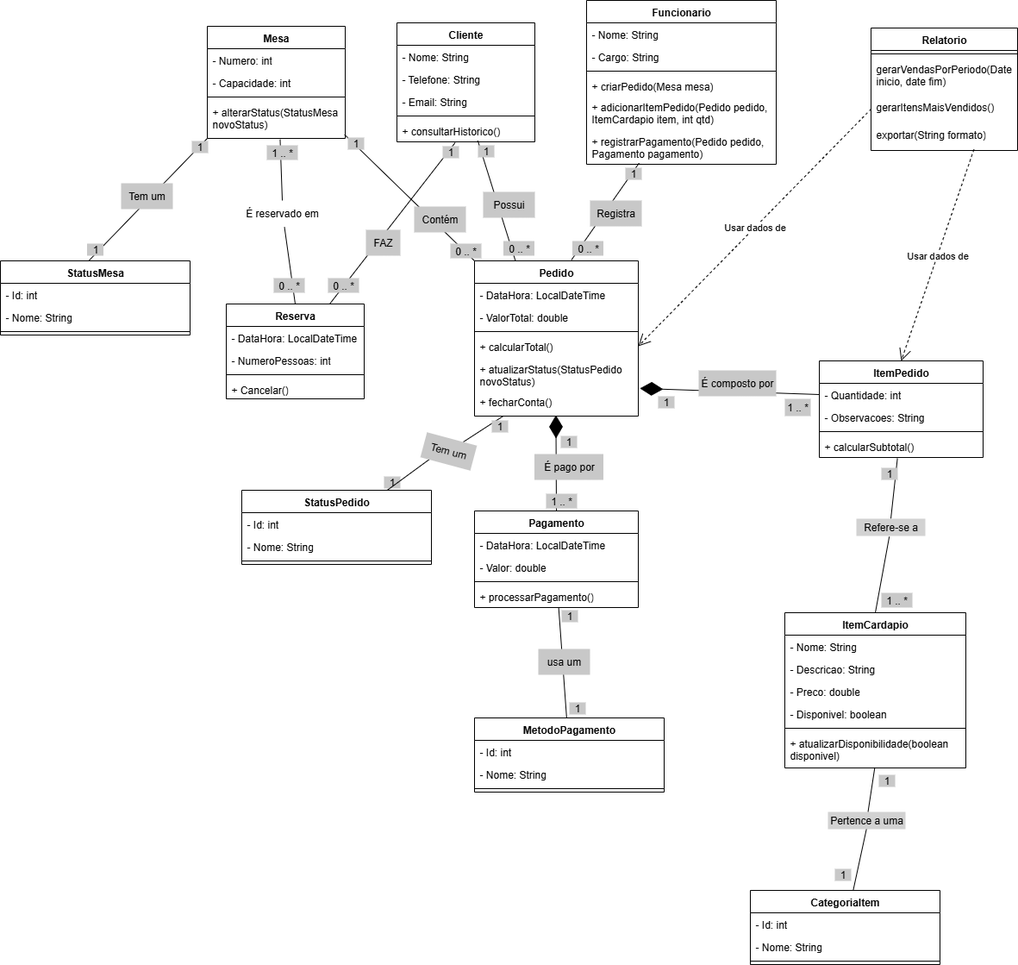
Earlier version of the draw.io export Diagrama_ip2.drawio.png (Guilher-Melo/projeto-ip2). Source tidied: cells renumbered, new cells last; positions are measured from the earlier drawing's top-left corner, leaving out a move shared by most shapes.
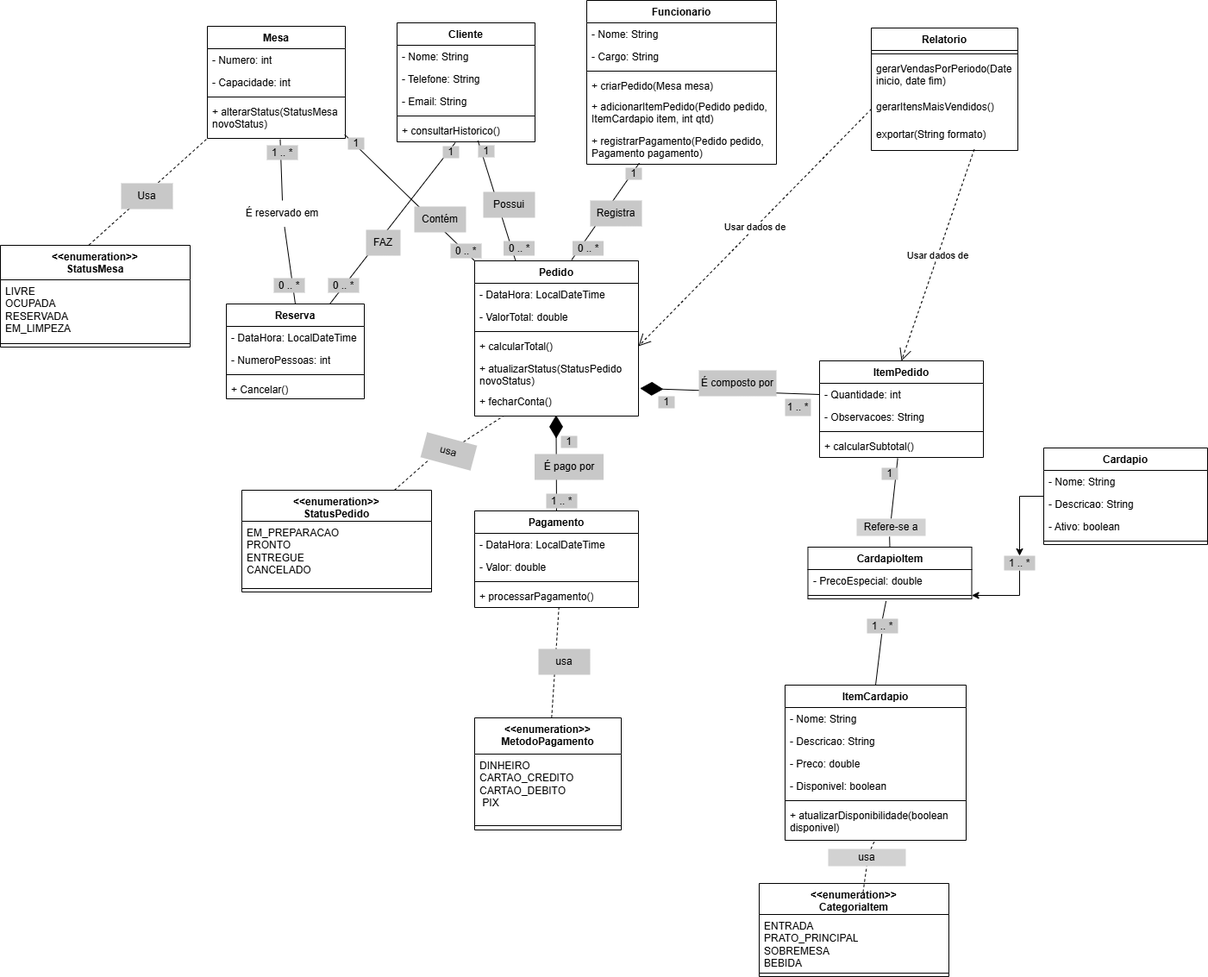
After the commit.

Commit message:
Adicionando diagrama atualizado

What changed in the source:
```diff
@@ -58,4 +58,22 @@
     </mxCell>
+    <mxCell id="124" style="edgeStyle=orthogonalEdgeStyle;rounded=0;jettySize=auto;html=1;" parent="1" edge="1" source="125" target="136">
+      <mxGeometry relative="1" as="geometry" />
+    </mxCell>
+    <mxCell id="125" value="Cardapio" style="swimlane;fontStyle=1;align=center;verticalAlign=top;horizontal=1;startSize=26;whiteSpace=wrap;html=1;" parent="1" vertex="1">
+      <mxGeometry x="1210" y="519" width="190" height="112" as="geometry" />
+    </mxCell>
+    <mxCell id="126" value="- Nome: String" style="text;strokeColor=none;fillColor=none;align=left;verticalAlign=top;spacingLeft=4;spacingRight=4;overflow=hidden;whiteSpace=wrap;html=1;" parent="125" vertex="1">
+      <mxGeometry y="26" width="190" height="26" as="geometry" />
+    </mxCell>
+    <mxCell id="127" value="- Descricao: String" style="text;strokeColor=none;fillColor=none;align=left;verticalAlign=top;spacingLeft=4;spacingRight=4;overflow=hidden;whiteSpace=wrap;html=1;" parent="125" vertex="1">
+      <mxGeometry y="52" width="190" height="26" as="geometry" />
+    </mxCell>
+    <mxCell id="128" value="- Ativo: boolean" style="text;strokeColor=none;fillColor=none;align=left;verticalAlign=top;spacingLeft=4;spacingRight=4;overflow=hidden;whiteSpace=wrap;html=1;" parent="125" vertex="1">
+      <mxGeometry y="78" width="190" height="26" as="geometry" />
+    </mxCell>
+    <mxCell id="129" style="line;strokeWidth=1;fillColor=none;align=left;verticalAlign=middle;spacingTop=-1;spacingLeft=3;spacingRight=3;labelPosition=right;strokeColor=inherit;" parent="125" vertex="1">
+      <mxGeometry y="104" width="190" height="8" as="geometry" />
+    </mxCell>
     <mxCell id="20" value="ItemCardapio" style="swimlane;fontStyle=1;align=center;verticalAlign=top;horizontal=1;startSize=26;whiteSpace=wrap;html=1;" parent="1" vertex="1">
-      <mxGeometry x="910" y="710" width="210" height="180" as="geometry" />
+      <mxGeometry x="910" y="794" width="210" height="180" as="geometry" />
     </mxCell>
@@ -160,49 +178,37 @@
     </mxCell>
-    <mxCell id="54" value="StatusMesa" style="swimlane;fontStyle=1;align=center;verticalAlign=top;horizontal=1;startSize=26;whiteSpace=wrap;html=1;" parent="1" vertex="1">
-      <mxGeometry y="302" width="220" height="86" as="geometry" />
+    <mxCell id="54" value="&amp;lt;&amp;lt;enumeration&amp;gt;&amp;gt;&lt;br&gt;StatusMesa" style="swimlane;fontStyle=1;align=center;verticalAlign=top;horizontal=1;startSize=40;whiteSpace=wrap;html=1;strokeWidth=1;" parent="1" vertex="1">
+      <mxGeometry y="284" width="220" height="118" as="geometry" />
     </mxCell>
-    <mxCell id="55" value="- Id: int" style="text;strokeColor=none;fillColor=none;align=left;verticalAlign=top;spacingLeft=4;spacingRight=4;overflow=hidden;whiteSpace=wrap;html=1;" parent="54" vertex="1">
-      <mxGeometry y="26" width="220" height="26" as="geometry" />
+    <mxCell id="55" value="LIVRE&lt;br&gt;OCUPADA&lt;br&gt;RESERVADA&amp;nbsp;&lt;div&gt;EM_LIMPEZA&lt;/div&gt;" style="text;strokeColor=none;fillColor=none;align=left;verticalAlign=top;spacingLeft=4;spacingRight=4;overflow=hidden;whiteSpace=wrap;html=1;" parent="54" vertex="1">
+      <mxGeometry y="40" width="220" height="70" as="geometry" />
     </mxCell>
-    <mxCell id="56" value="- Nome: String" style="text;strokeColor=none;fillColor=none;align=left;verticalAlign=top;spacingLeft=4;spacingRight=4;overflow=hidden;whiteSpace=wrap;html=1;" parent="54" vertex="1">
-      <mxGeometry y="52" width="220" height="26" as="geometry" />
-    </mxCell>
     <mxCell id="57" style="line;strokeWidth=1;fillColor=none;align=left;verticalAlign=middle;spacingTop=-1;spacingLeft=3;spacingRight=3;labelPosition=right;strokeColor=inherit;" parent="54" vertex="1">
-      <mxGeometry y="78" width="220" height="8" as="geometry" />
+      <mxGeometry y="110" width="220" height="8" as="geometry" />
     </mxCell>
-    <mxCell id="58" value="StatusPedido" style="swimlane;fontStyle=1;align=center;verticalAlign=top;horizontal=1;startSize=26;whiteSpace=wrap;html=1;" parent="1" vertex="1">
-      <mxGeometry x="280" y="568" width="220" height="86" as="geometry" />
+    <mxCell id="58" value="&amp;lt;&amp;lt;enumeration&amp;gt;&amp;gt;&lt;br&gt;StatusPedido" style="swimlane;fontStyle=1;align=center;verticalAlign=top;horizontal=1;startSize=36;whiteSpace=wrap;html=1;" parent="1" vertex="1">
+      <mxGeometry x="280" y="568" width="220" height="118" as="geometry" />
     </mxCell>
-    <mxCell id="59" value="- Id: int" style="text;strokeColor=none;fillColor=none;align=left;verticalAlign=top;spacingLeft=4;spacingRight=4;overflow=hidden;whiteSpace=wrap;html=1;" parent="58" vertex="1">
-      <mxGeometry y="26" width="220" height="26" as="geometry" />
+    <mxCell id="59" value="EM_PREPARACAO&lt;br&gt;PRONTO&lt;br&gt;ENTREGUE&lt;br&gt;CANCELADO" style="text;strokeColor=none;fillColor=none;align=left;verticalAlign=top;spacingLeft=4;spacingRight=4;overflow=hidden;whiteSpace=wrap;html=1;" parent="58" vertex="1">
+      <mxGeometry y="36" width="220" height="74" as="geometry" />
     </mxCell>
-    <mxCell id="60" value="- Nome: String" style="text;strokeColor=none;fillColor=none;align=left;verticalAlign=top;spacingLeft=4;spacingRight=4;overflow=hidden;whiteSpace=wrap;html=1;" parent="58" vertex="1">
-      <mxGeometry y="52" width="220" height="26" as="geometry" />
-    </mxCell>
     <mxCell id="61" style="line;strokeWidth=1;fillColor=none;align=left;verticalAlign=middle;spacingTop=-1;spacingLeft=3;spacingRight=3;labelPosition=right;strokeColor=inherit;" parent="58" vertex="1">
-      <mxGeometry y="78" width="220" height="8" as="geometry" />
+      <mxGeometry y="110" width="220" height="8" as="geometry" />
     </mxCell>
-    <mxCell id="62" value="CategoriaItem" style="swimlane;fontStyle=1;align=center;verticalAlign=top;horizontal=1;startSize=26;whiteSpace=wrap;html=1;" parent="1" vertex="1">
-      <mxGeometry x="870" y="1032" width="220" height="86" as="geometry" />
+    <mxCell id="62" value="&amp;lt;&amp;lt;enumeration&amp;gt;&amp;gt;&lt;br&gt;CategoriaItem" style="swimlane;fontStyle=1;align=center;verticalAlign=top;horizontal=1;startSize=36;whiteSpace=wrap;html=1;" parent="1" vertex="1">
+      <mxGeometry x="880" y="1024" width="220" height="108" as="geometry" />
     </mxCell>
-    <mxCell id="63" value="- Id: int" style="text;strokeColor=none;fillColor=none;align=left;verticalAlign=top;spacingLeft=4;spacingRight=4;overflow=hidden;whiteSpace=wrap;html=1;" parent="62" vertex="1">
-      <mxGeometry y="26" width="220" height="26" as="geometry" />
+    <mxCell id="63" value="ENTRADA&lt;br&gt;PRATO_PRINCIPAL&lt;br&gt;SOBREMESA&lt;br&gt;BEBIDA" style="text;strokeColor=none;fillColor=none;align=left;verticalAlign=top;spacingLeft=4;spacingRight=4;overflow=hidden;whiteSpace=wrap;html=1;" parent="62" vertex="1">
+      <mxGeometry y="36" width="220" height="64" as="geometry" />
     </mxCell>
-    <mxCell id="64" value="- Nome: String" style="text;strokeColor=none;fillColor=none;align=left;verticalAlign=top;spacingLeft=4;spacingRight=4;overflow=hidden;whiteSpace=wrap;html=1;" parent="62" vertex="1">
-      <mxGeometry y="52" width="220" height="26" as="geometry" />
-    </mxCell>
     <mxCell id="65" style="line;strokeWidth=1;fillColor=none;align=left;verticalAlign=middle;spacingTop=-1;spacingLeft=3;spacingRight=3;labelPosition=right;strokeColor=inherit;" parent="62" vertex="1">
-      <mxGeometry y="78" width="220" height="8" as="geometry" />
+      <mxGeometry y="100" width="220" height="8" as="geometry" />
     </mxCell>
-    <mxCell id="66" value="MetodoPagamento" style="swimlane;fontStyle=1;align=center;verticalAlign=top;horizontal=1;startSize=26;whiteSpace=wrap;html=1;" parent="1" vertex="1">
-      <mxGeometry x="550" y="832" width="220" height="86" as="geometry" />
+    <mxCell id="66" value="&amp;lt;&amp;lt;enumeration&amp;gt;&amp;gt;&lt;br&gt;MetodoPagamento" style="swimlane;fontStyle=1;align=center;verticalAlign=top;horizontal=1;startSize=42;whiteSpace=wrap;html=1;" parent="1" vertex="1">
+      <mxGeometry x="550" y="832" width="170" height="130" as="geometry" />
     </mxCell>
-    <mxCell id="67" value="- Id: int" style="text;strokeColor=none;fillColor=none;align=left;verticalAlign=top;spacingLeft=4;spacingRight=4;overflow=hidden;whiteSpace=wrap;html=1;" parent="66" vertex="1">
-      <mxGeometry y="26" width="220" height="26" as="geometry" />
+    <mxCell id="67" value="DINHEIRO&lt;br&gt;CARTAO_CREDITO CARTAO_DEBITO&lt;br&gt;&amp;nbsp;PIX" style="text;strokeColor=none;fillColor=none;align=left;verticalAlign=top;spacingLeft=4;spacingRight=4;overflow=hidden;whiteSpace=wrap;html=1;" parent="66" vertex="1">
+      <mxGeometry y="42" width="170" height="78" as="geometry" />
     </mxCell>
-    <mxCell id="68" value="- Nome: String" style="text;strokeColor=none;fillColor=none;align=left;verticalAlign=top;spacingLeft=4;spacingRight=4;overflow=hidden;whiteSpace=wrap;html=1;" parent="66" vertex="1">
-      <mxGeometry y="52" width="220" height="26" as="geometry" />
-    </mxCell>
     <mxCell id="69" style="line;strokeWidth=1;fillColor=none;align=left;verticalAlign=middle;spacingTop=-1;spacingLeft=3;spacingRight=3;labelPosition=right;strokeColor=inherit;" parent="66" vertex="1">
-      <mxGeometry y="78" width="220" height="8" as="geometry" />
+      <mxGeometry y="120" width="170" height="10" as="geometry" />
     </mxCell>
@@ -229,6 +235,6 @@
     </mxCell>
-    <mxCell id="77" style="endArrow=none;html=1;rounded=0;entryX=0.176;entryY=0.997;entryDx=0;entryDy=0;entryPerimeter=0;" parent="1" edge="1" source="111" target="14">
+    <mxCell id="77" style="endArrow=none;html=1;rounded=0;entryX=0.176;entryY=0.997;entryDx=0;entryDy=0;entryPerimeter=0;dashed=1;" parent="1" edge="1" source="111" target="14">
       <mxGeometry relative="1" as="geometry" />
     </mxCell>
-    <mxCell id="78" style="endArrow=none;html=1;rounded=0;entryX=0.514;entryY=1.022;entryDx=0;entryDy=0;entryPerimeter=0;" parent="1" edge="1" source="66" target="19">
+    <mxCell id="78" style="endArrow=none;html=1;rounded=0;entryX=0.514;entryY=1.022;entryDx=0;entryDy=0;entryPerimeter=0;dashed=1;" parent="1" edge="1" source="66" target="19">
       <mxGeometry relative="1" as="geometry" />
@@ -238,3 +244,3 @@
     </mxCell>
-    <mxCell id="80" style="endArrow=none;html=1;rounded=0;entryX=0.497;entryY=0.987;entryDx=0;entryDy=0;entryPerimeter=0;" parent="1" edge="1" source="107" target="26">
+    <mxCell id="80" style="endArrow=none;html=1;rounded=0;entryX=0.497;entryY=0.987;entryDx=0;entryDy=0;entryPerimeter=0;dashed=1;" parent="1" edge="1" source="107" target="26">
       <mxGeometry relative="1" as="geometry" />
@@ -247,6 +253,6 @@
     </mxCell>
-    <mxCell id="83" style="endArrow=none;html=1;rounded=0;entryX=0;entryY=1;entryDx=0;entryDy=0;exitX=0.467;exitY=-0.004;exitDx=0;exitDy=0;exitPerimeter=0;" parent="1" edge="1" source="54" target="32">
+    <mxCell id="83" style="endArrow=none;html=1;rounded=0;entryX=0;entryY=1;entryDx=0;entryDy=0;exitX=0.467;exitY=-0.004;exitDx=0;exitDy=0;exitPerimeter=0;jumpStyle=none;dashed=1;" parent="1" edge="1" source="54" target="32">
       <mxGeometry relative="1" as="geometry" />
     </mxCell>
-    <mxCell id="84" value="usa um" style="text;strokeColor=none;align=center;fillColor=#C8C8C8;html=1;verticalAlign=middle;whiteSpace=wrap;rounded=0;" parent="1" vertex="1">
+    <mxCell id="84" value="usa" style="text;strokeColor=none;align=center;fillColor=#C8C8C8;html=1;verticalAlign=middle;whiteSpace=wrap;rounded=0;" parent="1" vertex="1">
       <mxGeometry x="624" y="752" width="60" height="30" as="geometry" />
@@ -274,5 +280,2 @@
     </mxCell>
-    <mxCell id="92" value="1" style="text;strokeColor=none;align=center;fillColor=#C8C8C8;html=1;verticalAlign=middle;whiteSpace=wrap;rounded=0;" parent="1" vertex="1">
-      <mxGeometry x="222" y="163" width="19" height="14" as="geometry" />
-    </mxCell>
     <mxCell id="93" value="1" style="text;strokeColor=none;align=center;fillColor=#C8C8C8;html=1;verticalAlign=middle;whiteSpace=wrap;rounded=0;" parent="1" vertex="1">
@@ -283,8 +286,2 @@
     </mxCell>
-    <mxCell id="95" value="1" style="text;strokeColor=none;align=center;fillColor=#C8C8C8;html=1;verticalAlign=middle;whiteSpace=wrap;rounded=0;" parent="1" vertex="1">
-      <mxGeometry x="570" y="487" width="19" height="14" as="geometry" />
-    </mxCell>
-    <mxCell id="96" value="1" style="text;strokeColor=none;align=center;fillColor=#C8C8C8;html=1;verticalAlign=middle;whiteSpace=wrap;rounded=0;" parent="1" vertex="1">
-      <mxGeometry x="445" y="552" width="19" height="14" as="geometry" />
-    </mxCell>
     <mxCell id="97" value="1" style="text;strokeColor=none;align=center;fillColor=#C8C8C8;html=1;verticalAlign=middle;whiteSpace=wrap;rounded=0;" parent="1" vertex="1">
@@ -292,14 +289,2 @@
     </mxCell>
-    <mxCell id="98" value="1" style="text;strokeColor=none;align=center;fillColor=#C8C8C8;html=1;verticalAlign=middle;whiteSpace=wrap;rounded=0;" parent="1" vertex="1">
-      <mxGeometry x="651" y="707" width="19" height="14" as="geometry" />
-    </mxCell>
-    <mxCell id="99" value="1" style="text;strokeColor=none;align=center;fillColor=#C8C8C8;html=1;verticalAlign=middle;whiteSpace=wrap;rounded=0;" parent="1" vertex="1">
-      <mxGeometry x="1019" y="898" width="19" height="14" as="geometry" />
-    </mxCell>
-    <mxCell id="100" value="1" style="text;strokeColor=none;align=center;fillColor=#C8C8C8;html=1;verticalAlign=middle;whiteSpace=wrap;rounded=0;" parent="1" vertex="1">
-      <mxGeometry x="660" y="814" width="19" height="14" as="geometry" />
-    </mxCell>
-    <mxCell id="101" value="1" style="text;strokeColor=none;align=center;fillColor=#C8C8C8;html=1;verticalAlign=middle;whiteSpace=wrap;rounded=0;" parent="1" vertex="1">
-      <mxGeometry x="968" y="1007" width="19" height="14" as="geometry" />
-    </mxCell>
     <mxCell id="102" value="1 .. *" style="text;strokeColor=none;align=center;fillColor=#C8C8C8;html=1;verticalAlign=middle;whiteSpace=wrap;rounded=0;" parent="1" vertex="1">
@@ -307,6 +292,3 @@
     </mxCell>
-    <mxCell id="103" value="1 .. *" style="text;strokeColor=none;align=center;fillColor=#C8C8C8;html=1;verticalAlign=middle;whiteSpace=wrap;rounded=0;" parent="1" vertex="1">
-      <mxGeometry x="1022" y="687" width="36" height="17" as="geometry" />
-    </mxCell>
-    <mxCell id="104" style="endArrow=none;html=1;rounded=0;entryX=0.477;entryY=1.043;entryDx=0;entryDy=0;entryPerimeter=0;exitX=0.5;exitY=0;exitDx=0;exitDy=0;" parent="1" edge="1" source="20" target="105">
+    <mxCell id="104" style="endArrow=none;html=1;rounded=0;entryX=0.477;entryY=1.043;entryDx=0;entryDy=0;entryPerimeter=0;exitX=0.5;exitY=0;exitDx=0;exitDy=0;" parent="1" edge="1" source="131" target="105">
       <mxGeometry relative="1" as="geometry" />
@@ -316,7 +298,9 @@
     </mxCell>
-    <mxCell id="106" style="endArrow=none;html=1;rounded=0;entryX=0.497;entryY=0.987;entryDx=0;entryDy=0;entryPerimeter=0;" parent="1" edge="1" source="62" target="107">
-      <mxGeometry relative="1" as="geometry" />
+    <mxCell id="106" style="endArrow=none;html=1;rounded=0;entryX=0.497;entryY=0.987;entryDx=0;entryDy=0;entryPerimeter=0;dashed=1;" parent="1" edge="1" target="107">
+      <mxGeometry relative="1" as="geometry">
+        <mxPoint x="1000.5" y="1034" as="sourcePoint" />
+      </mxGeometry>
     </mxCell>
-    <mxCell id="107" value="Pertence a uma" style="text;strokeColor=none;align=center;fillColor=#D2D2D2;html=1;verticalAlign=middle;whiteSpace=wrap;rounded=0;" parent="1" vertex="1">
-      <mxGeometry x="960" y="941" width="90" height="20" as="geometry" />
+    <mxCell id="107" value="usa" style="text;strokeColor=none;align=center;fillColor=#D2D2D2;html=1;verticalAlign=middle;whiteSpace=wrap;rounded=0;" parent="1" vertex="1">
+      <mxGeometry x="960" y="984" width="90" height="20" as="geometry" />
     </mxCell>
@@ -328,6 +312,6 @@
     </mxCell>
-    <mxCell id="110" style="endArrow=none;html=1;rounded=0;entryX=0.176;entryY=0.997;entryDx=0;entryDy=0;entryPerimeter=0;" parent="1" edge="1" source="58" target="111">
+    <mxCell id="110" style="endArrow=none;html=1;rounded=0;entryX=0.176;entryY=0.997;entryDx=0;entryDy=0;entryPerimeter=0;dashed=1;" parent="1" edge="1" source="58" target="111">
       <mxGeometry relative="1" as="geometry" />
     </mxCell>
-    <mxCell id="111" value="Tem um" style="text;strokeColor=none;align=center;fillColor=#C8C8C8;html=1;verticalAlign=middle;whiteSpace=wrap;rounded=0;rotation=15;" parent="1" vertex="1">
+    <mxCell id="111" value="usa" style="text;strokeColor=none;align=center;fillColor=#C8C8C8;html=1;verticalAlign=middle;whiteSpace=wrap;rounded=0;rotation=15;" parent="1" vertex="1">
       <mxGeometry x="490" y="508" width="60" height="30" as="geometry" />
@@ -337,8 +321,5 @@
     </mxCell>
-    <mxCell id="113" value="Tem um" style="text;strokeColor=none;align=center;fillColor=#C8C8C8;html=1;verticalAlign=middle;whiteSpace=wrap;rounded=0;" parent="1" vertex="1">
+    <mxCell id="113" value="Usa" style="text;strokeColor=none;align=center;fillColor=#C8C8C8;html=1;verticalAlign=middle;whiteSpace=wrap;rounded=0;" parent="1" vertex="1">
       <mxGeometry x="140" y="212" width="60" height="30" as="geometry" />
     </mxCell>
-    <mxCell id="114" value="1" style="text;strokeColor=none;align=center;fillColor=#C8C8C8;html=1;verticalAlign=middle;whiteSpace=wrap;rounded=0;" parent="1" vertex="1">
-      <mxGeometry x="100.5" y="282" width="19" height="14" as="geometry" />
-    </mxCell>
     <mxCell id="115" value="0 .. *" style="text;strokeColor=none;align=center;fillColor=#C8C8C8;html=1;verticalAlign=middle;whiteSpace=wrap;rounded=0;" parent="1" vertex="1">
@@ -370,2 +351,26 @@
     </mxCell>
+    <mxCell id="130" style="endArrow=none;html=1;rounded=0;entryX=0.477;entryY=1.043;entryDx=0;entryDy=0;entryPerimeter=0;exitX=0.5;exitY=0;exitDx=0;exitDy=0;" parent="1" edge="1" source="103" target="131">
+      <mxGeometry relative="1" as="geometry" />
+    </mxCell>
+    <mxCell id="131" value="CardapioItem" style="swimlane;fontStyle=1;align=center;verticalAlign=top;horizontal=1;startSize=26;whiteSpace=wrap;html=1;" parent="1" vertex="1">
+      <mxGeometry x="936.5" y="634" width="190" height="60" as="geometry" />
+    </mxCell>
+    <mxCell id="132" value="- PrecoEspecial: double" style="text;strokeColor=none;fillColor=none;align=left;verticalAlign=top;spacingLeft=4;spacingRight=4;overflow=hidden;whiteSpace=wrap;html=1;" parent="131" vertex="1">
+      <mxGeometry y="26" width="190" height="26" as="geometry" />
+    </mxCell>
+    <mxCell id="133" style="line;strokeWidth=1;fillColor=none;align=left;verticalAlign=middle;spacingTop=-1;spacingLeft=3;spacingRight=3;labelPosition=right;points=[];portConstraint=eastwest;strokeColor=inherit;" parent="131" vertex="1">
+      <mxGeometry y="52" width="190" height="8" as="geometry" />
+    </mxCell>
+    <mxCell id="134" style="endArrow=none;html=1;rounded=0;entryX=0.477;entryY=1.043;entryDx=0;entryDy=0;entryPerimeter=0;exitX=0.5;exitY=0;exitDx=0;exitDy=0;" parent="1" edge="1" source="20" target="103">
+      <mxGeometry relative="1" as="geometry" />
+    </mxCell>
+    <mxCell id="103" value="1 .. *" style="text;strokeColor=none;align=center;fillColor=#C8C8C8;html=1;verticalAlign=middle;whiteSpace=wrap;rounded=0;" parent="1" vertex="1">
+      <mxGeometry x="1005" y="717" width="36" height="17" as="geometry" />
+    </mxCell>
+    <mxCell id="135" style="edgeStyle=orthogonalEdgeStyle;rounded=0;jettySize=auto;html=1;" parent="1" edge="1" source="136" target="133">
+      <mxGeometry relative="1" as="geometry" />
+    </mxCell>
+    <mxCell id="136" value="1 .. *" style="text;strokeColor=none;align=center;fillColor=#C8C8C8;html=1;verticalAlign=middle;whiteSpace=wrap;rounded=0;" parent="1" vertex="1">
+      <mxGeometry x="1164" y="644" width="36" height="17" as="geometry" />
+    </mxCell>
   </root>
```
